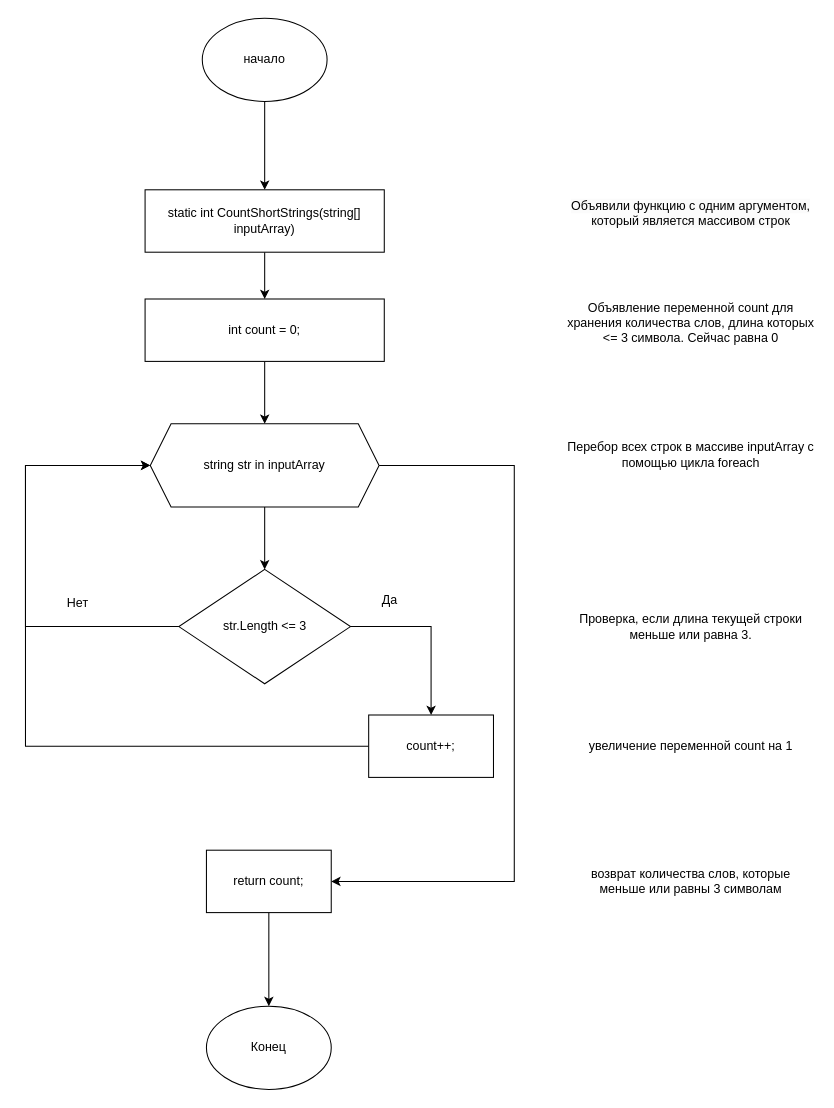
kkssiinn/- keeps this draw.io diagram as page "CountShortStrings" (2 of 3) of блок схема.drawio. Above is the earlier version. Source tidied: cells renumbered, new cells numbered last; positions are measured from the earlier drawing's top-left corner, leaving out a move shared by most shapes. Both pictures are drawn from the tidied source at 104%, with x=0, y=0 at pixel (25, 18).
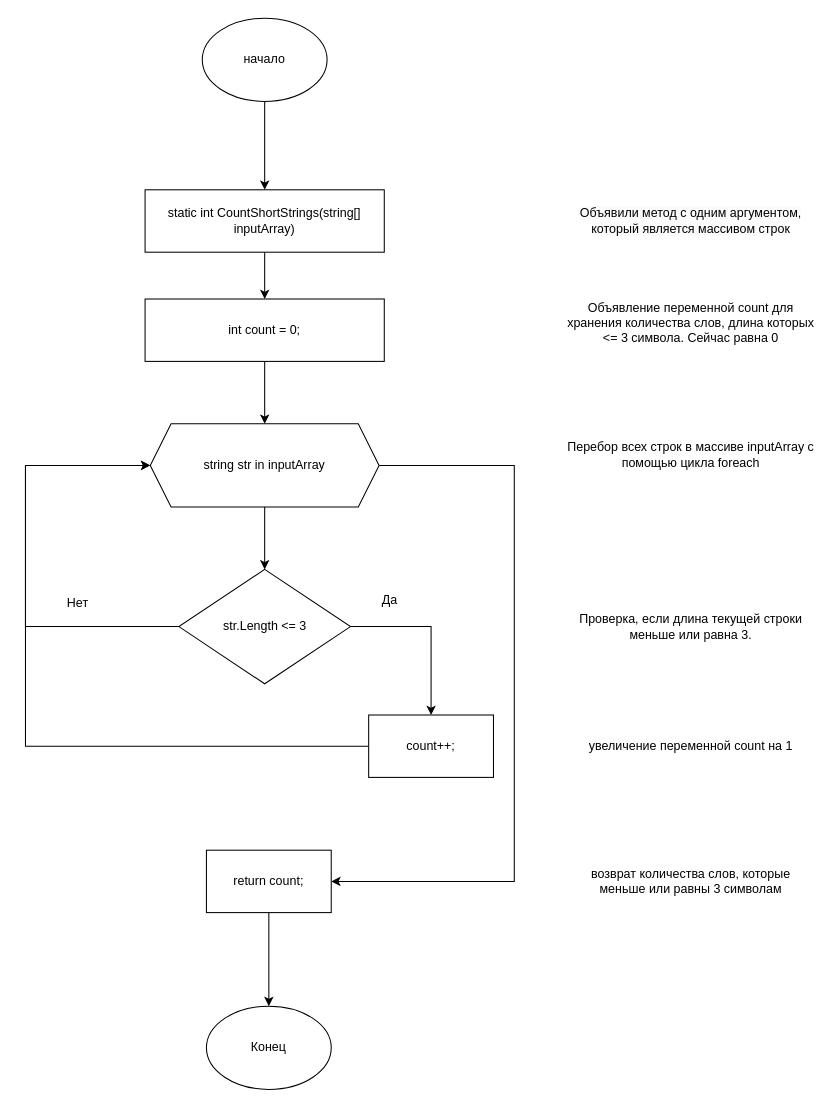
After the change.

Change to the diagram source:
```diff
@@
-    <mxCell id="6" value="&#10;&lt;span style=&quot;color: rgb(0, 0, 0); font-family: Helvetica; font-size: 12px; font-style: normal; font-variant-ligatures: normal; font-variant-caps: normal; font-weight: 400; letter-spacing: normal; orphans: 2; text-align: center; text-indent: 0px; text-transform: none; widows: 2; word-spacing: 0px; -webkit-text-stroke-width: 0px; background-color: rgb(251, 251, 251); text-decoration-thickness: initial; text-decoration-style: initial; text-decoration-color: initial; float: none; display: inline !important;&quot;&gt;Объявили функцию с одним аргументом, который является массивом строк&lt;/span&gt;&#10;&#10;" style="text;html=1;align=center;verticalAlign=middle;whiteSpace=wrap;rounded=0;" parent="1" vertex="1">
+    <mxCell id="6" value="&lt;br&gt;&lt;span style=&quot;color: rgb(0, 0, 0); font-family: Helvetica; font-size: 12px; font-style: normal; font-variant-ligatures: normal; font-variant-caps: normal; font-weight: 400; letter-spacing: normal; orphans: 2; text-align: center; text-indent: 0px; text-transform: none; widows: 2; word-spacing: 0px; -webkit-text-stroke-width: 0px; background-color: rgb(251, 251, 251); text-decoration-thickness: initial; text-decoration-style: initial; text-decoration-color: initial; float: none; display: inline !important;&quot;&gt;Объявили метод с одним аргументом, который является массивом строк&lt;/span&gt;&lt;div&gt;&lt;br/&gt;&lt;/div&gt;" style="text;html=1;align=center;verticalAlign=middle;whiteSpace=wrap;rounded=0;" parent="1" vertex="1">
       <mxGeometry x="520" y="155" width="240" height="80" as="geometry" />
     </mxCell>
```
